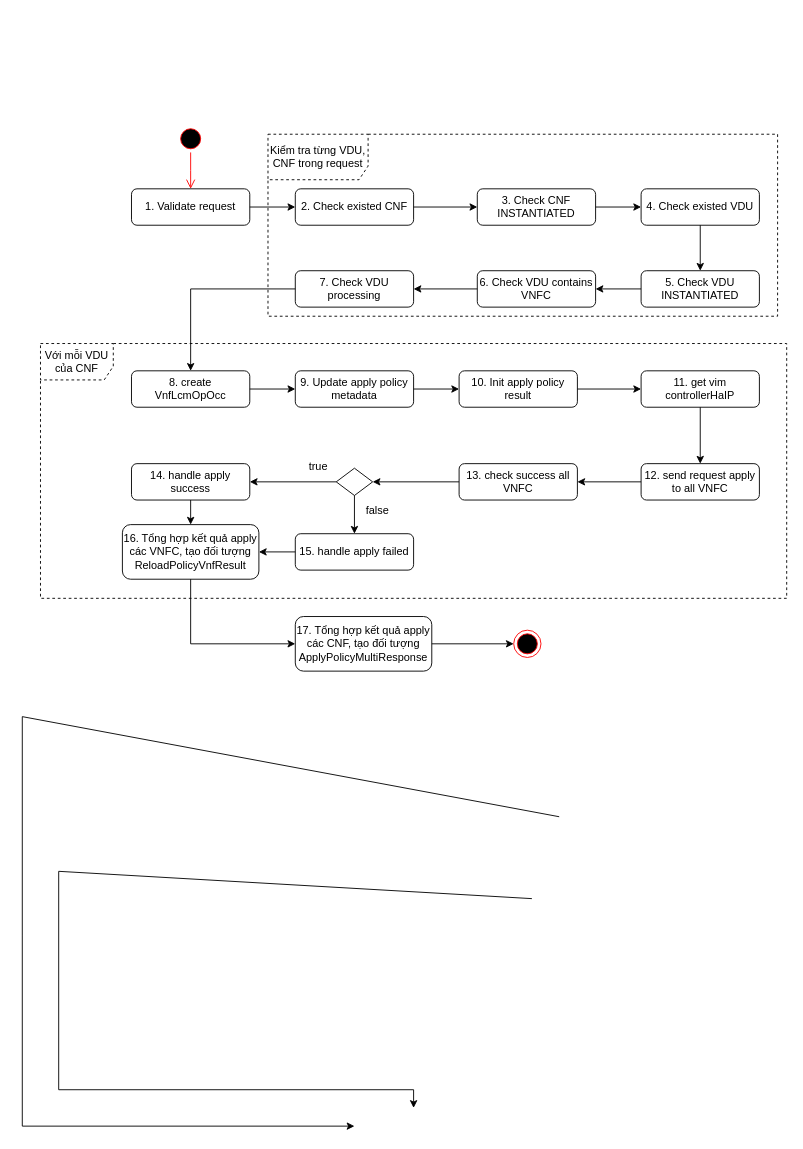
Earlier version of the draw.io diagram page "apply multi vdu" (4 of 4) of apply policy.drawio (hiep1097/drawio). Source tidied: cells renumbered, new cells numbered last; positions are measured from the earlier drawing's top-left corner, leaving out a move shared by most shapes. Both pictures are drawn from the tidied source at 91%, with x=0, y=0 at pixel (22, 125).
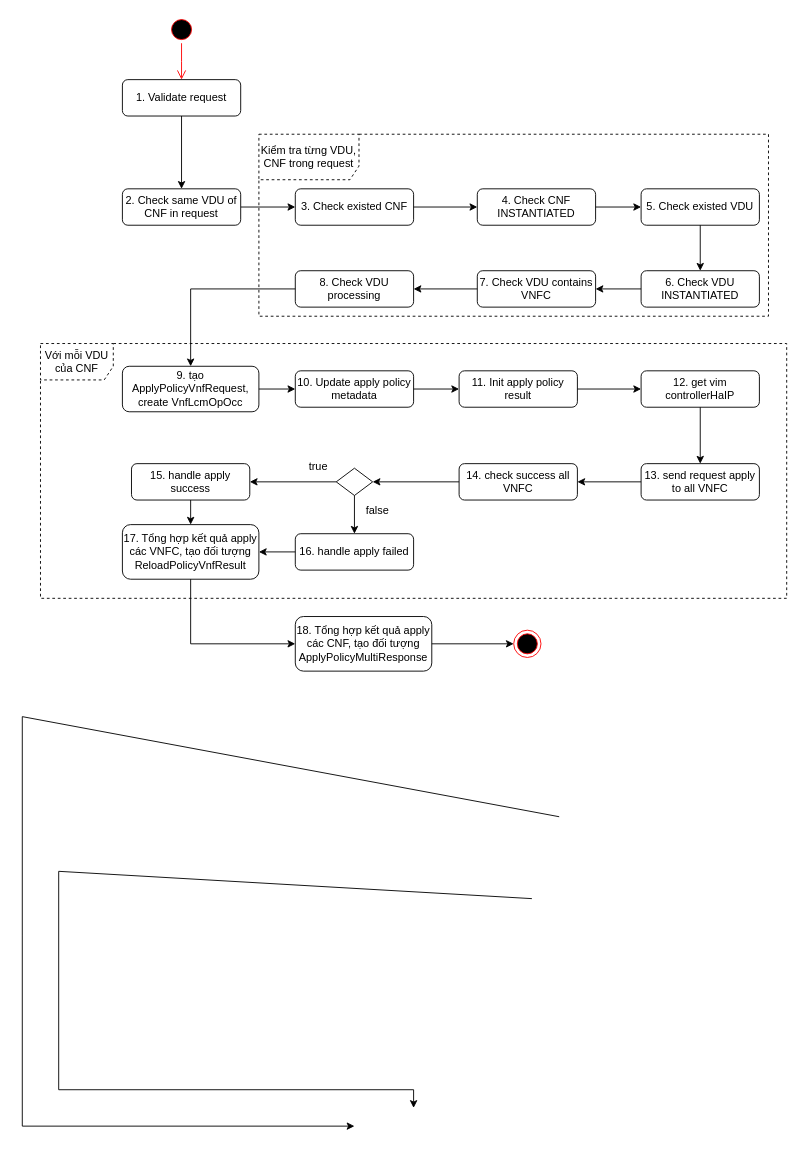
After the change.

Commit message (it also covers changes not shown here):
Cập nhật apply policy.drawio

Change to the diagram source:
```diff
@@
     <mxCell id="4" style="ellipse;html=1;shape=startState;fillColor=#000000;strokeColor=#ff0000;" parent="1" vertex="1">
-      <mxGeometry x="170" width="30" height="30" as="geometry" />
+      <mxGeometry x="160" y="-120" width="30" height="30" as="geometry" />
     </mxCell>
     <mxCell id="5" style="edgeStyle=orthogonalEdgeStyle;html=1;verticalAlign=bottom;endArrow=open;endSize=8;strokeColor=#ff0000;rounded=0;" parent="1" edge="1" source="4">
       <mxGeometry relative="1" as="geometry">
-        <mxPoint x="185" y="70" as="targetPoint" />
+        <mxPoint x="175" y="-50" as="targetPoint" />
       </mxGeometry>
     </mxCell>
     <mxCell id="6" value="1. Validate request" style="rounded=1;whiteSpace=wrap;html=1;" parent="1" vertex="1">
-      <mxGeometry x="120" y="70" width="130" height="40" as="geometry" />
+      <mxGeometry x="110" y="-50" width="130" height="40" as="geometry" />
     </mxCell>
-    <mxCell id="7" value="2. Check existed CNF" style="rounded=1;whiteSpace=wrap;html=1;" parent="1" vertex="1">
+    <mxCell id="7" value="3. Check existed CNF" style="rounded=1;whiteSpace=wrap;html=1;" parent="1" vertex="1">
       <mxGeometry x="300" y="70" width="130" height="40" as="geometry" />
     </mxCell>
-    <mxCell id="8" value="3. Check CNF INSTANTIATED" style="rounded=1;whiteSpace=wrap;html=1;" parent="1" vertex="1">
+    <mxCell id="8" value="4. Check CNF INSTANTIATED" style="rounded=1;whiteSpace=wrap;html=1;" parent="1" vertex="1">
       <mxGeometry x="500" y="70" width="130" height="40" as="geometry" />
     </mxCell>
-    <mxCell id="9" value="4. Check existed VDU" style="rounded=1;whiteSpace=wrap;html=1;" parent="1" vertex="1">
+    <mxCell id="9" value="5. Check existed VDU" style="rounded=1;whiteSpace=wrap;html=1;" parent="1" vertex="1">
       <mxGeometry x="680" y="70" width="130" height="40" as="geometry" />
     </mxCell>
-    <mxCell id="10" style="endArrow=classic;html=1;rounded=0;" parent="1" edge="1" target="7">
-      <mxGeometry relative="1" as="geometry">
-        <mxPoint x="250" y="90" as="sourcePoint" />
-      </mxGeometry>
+    <mxCell id="10" style="endArrow=classic;html=1;rounded=0;" parent="1" edge="1" source="48" target="7">
+      <mxGeometry relative="1" as="geometry" />
     </mxCell>
@@
-    <mxCell id="13" value="5. Check VDU INSTANTIATED" style="rounded=1;whiteSpace=wrap;html=1;" parent="1" vertex="1">
+    <mxCell id="13" value="6. Check VDU INSTANTIATED" style="rounded=1;whiteSpace=wrap;html=1;" parent="1" vertex="1">
       <mxGeometry x="680" y="160" width="130" height="40" as="geometry" />
     </mxCell>
-    <mxCell id="14" value="6. Check VDU contains VNFC" style="rounded=1;whiteSpace=wrap;html=1;" parent="1" vertex="1">
+    <mxCell id="14" value="7. Check VDU contains VNFC" style="rounded=1;whiteSpace=wrap;html=1;" parent="1" vertex="1">
       <mxGeometry x="500" y="160" width="130" height="40" as="geometry" />
     </mxCell>
-    <mxCell id="15" value="7. Check VDU processing" style="rounded=1;whiteSpace=wrap;html=1;" parent="1" vertex="1">
+    <mxCell id="15" value="8. Check VDU processing" style="rounded=1;whiteSpace=wrap;html=1;" parent="1" vertex="1">
       <mxGeometry x="300" y="160" width="130" height="40" as="geometry" />
     </mxCell>
@@
-    <mxCell id="20" value="8. create VnfLcmOpOcc" style="rounded=1;whiteSpace=wrap;html=1;" parent="1" vertex="1">
-      <mxGeometry x="120" y="270" width="130" height="40" as="geometry" />
+    <mxCell id="20" value="9. tạo ApplyPolicyVnfRequest,&lt;br&gt;create VnfLcmOpOcc" style="rounded=1;whiteSpace=wrap;html=1;" parent="1" vertex="1">
+      <mxGeometry x="110" y="265" width="150" height="50" as="geometry" />
     </mxCell>
-    <mxCell id="21" value="10. Init apply policy result" style="rounded=1;whiteSpace=wrap;html=1;" parent="1" vertex="1">
+    <mxCell id="21" value="11. Init apply policy result" style="rounded=1;whiteSpace=wrap;html=1;" parent="1" vertex="1">
       <mxGeometry x="480" y="270" width="130" height="40" as="geometry" />
     </mxCell>
-    <mxCell id="22" value="9. Update apply policy metadata" style="rounded=1;whiteSpace=wrap;html=1;" parent="1" vertex="1">
+    <mxCell id="22" value="10. Update apply policy metadata" style="rounded=1;whiteSpace=wrap;html=1;" parent="1" vertex="1">
       <mxGeometry x="300" y="270" width="130" height="40" as="geometry" />
     </mxCell>
@@
-    <mxCell id="25" value="11. get vim controllerHaIP" style="rounded=1;whiteSpace=wrap;html=1;" parent="1" vertex="1">
+    <mxCell id="25" value="12. get vim controllerHaIP" style="rounded=1;whiteSpace=wrap;html=1;" parent="1" vertex="1">
       <mxGeometry x="680" y="270" width="130" height="40" as="geometry" />
     </mxCell>
-    <mxCell id="26" value="12. send request apply to all VNFC" style="rounded=1;whiteSpace=wrap;html=1;" parent="1" vertex="1">
+    <mxCell id="26" value="13. send request apply to all VNFC" style="rounded=1;whiteSpace=wrap;html=1;" parent="1" vertex="1">
       <mxGeometry x="680" y="372" width="130" height="40" as="geometry" />
     </mxCell>
-    <mxCell id="27" style="endArrow=classic;html=1;rounded=0;" parent="1" edge="1">
+    <mxCell id="27" style="endArrow=classic;html=1;rounded=0;" parent="1" edge="1" source="20">
       <mxGeometry relative="1" as="geometry">
-        <mxPoint x="250" y="290" as="sourcePoint" />
         <mxPoint x="300" y="290" as="targetPoint" />
       </mxGeometry>
     </mxCell>
-    <mxCell id="28" value="13. check success all VNFC" style="rounded=1;whiteSpace=wrap;html=1;" parent="1" vertex="1">
+    <mxCell id="28" value="14. check success all VNFC" style="rounded=1;whiteSpace=wrap;html=1;" parent="1" vertex="1">
       <mxGeometry x="480" y="372" width="130" height="40" as="geometry" />
     </mxCell>
@@
-    <mxCell id="34" value="14. handle apply success" style="rounded=1;whiteSpace=wrap;html=1;" parent="1" vertex="1">
+    <mxCell id="34" value="15. handle apply success" style="rounded=1;whiteSpace=wrap;html=1;" parent="1" vertex="1">
       <mxGeometry x="120" y="372" width="130" height="40" as="geometry" />
     </mxCell>
@@
-    <mxCell id="36" value="15. handle apply failed" style="rounded=1;whiteSpace=wrap;html=1;" parent="1" vertex="1">
+    <mxCell id="36" value="16. handle apply failed" style="rounded=1;whiteSpace=wrap;html=1;" parent="1" vertex="1">
       <mxGeometry x="300" y="449" width="130" height="40" as="geometry" />
     </mxCell>
@@
-    <mxCell id="40" value="16. Tổng hợp kết quả apply các VNFC, tạo đối tượng ReloadPolicyVnfResult" style="rounded=1;whiteSpace=wrap;html=1;align=center;" parent="1" vertex="1">
+    <mxCell id="40" value="17. Tổng hợp kết quả apply các VNFC, tạo đối tượng ReloadPolicyVnfResult" style="rounded=1;whiteSpace=wrap;html=1;align=center;" parent="1" vertex="1">
       <mxGeometry x="110" y="439" width="150" height="60" as="geometry" />
     </mxCell>
@@
-    <mxCell id="43" value="17. Tổng hợp kết quả apply các CNF, tạo đối tượng ApplyPolicyMultiResponse" style="rounded=1;whiteSpace=wrap;html=1;align=center;" parent="1" vertex="1">
+    <mxCell id="43" value="18. Tổng hợp kết quả apply các CNF, tạo đối tượng ApplyPolicyMultiResponse" style="rounded=1;whiteSpace=wrap;html=1;align=center;" parent="1" vertex="1">
       <mxGeometry x="300" y="540" width="150" height="60" as="geometry" />
     </mxCell>
@@
     <mxCell id="47" value="Kiểm tra từng VDU, CNF trong request" style="shape=umlFrame;whiteSpace=wrap;html=1;width=110;height=50;dashed=1;" parent="1" vertex="1">
-      <mxGeometry x="270" y="10" width="560" height="200" as="geometry" />
+      <mxGeometry x="260" y="10" width="560" height="200" as="geometry" />
     </mxCell>
+    <mxCell id="48" value="2. Check same VDU of CNF in request" style="rounded=1;whiteSpace=wrap;html=1;" parent="1" vertex="1">
+      <mxGeometry x="110" y="70" width="130" height="40" as="geometry" />
+    </mxCell>
+    <mxCell id="49" style="endArrow=classic;html=1;rounded=0;" parent="1" edge="1" source="6" target="48">
+      <mxGeometry relative="1" as="geometry" />
+    </mxCell>
```
